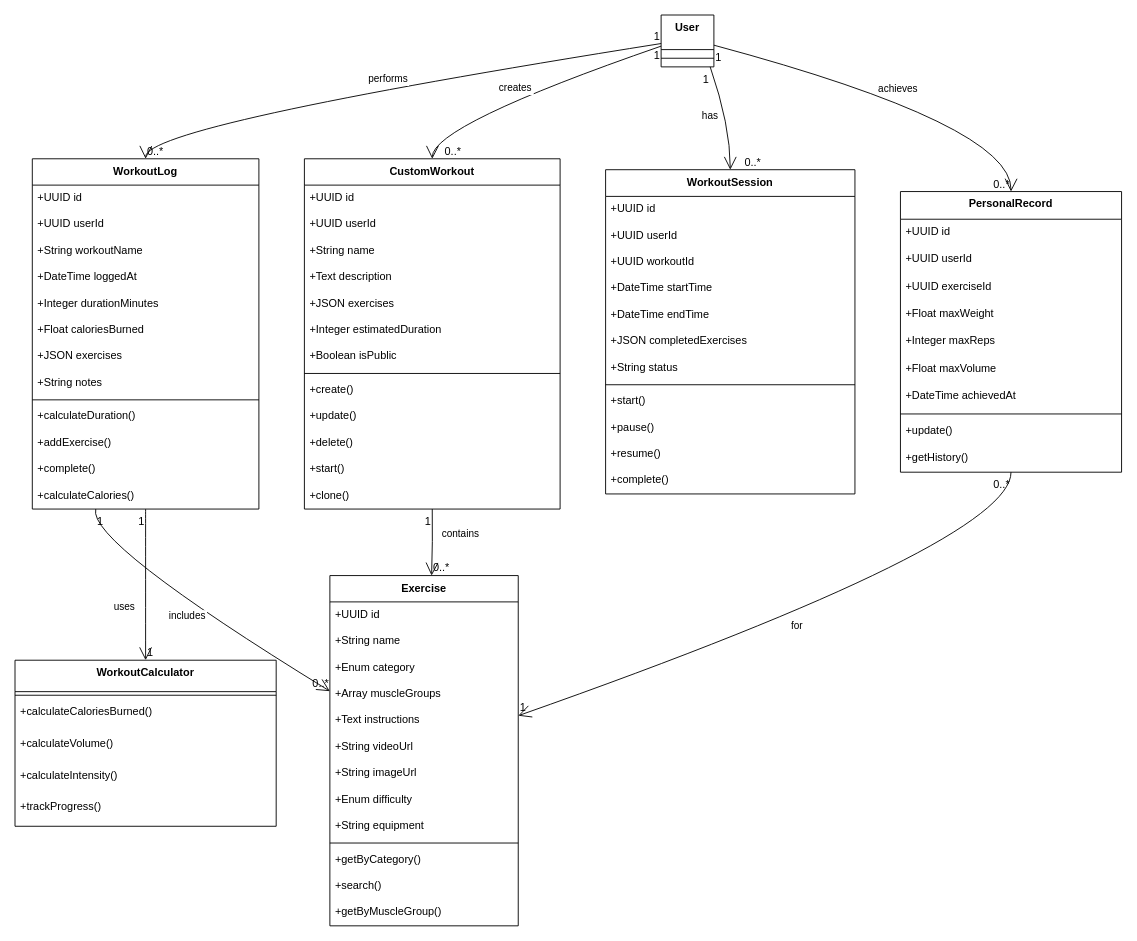
lujamanandhar/FYP keeps this draw.io diagram as documents/Artifact Diagrams/Workout Tracking/WorkoutTracking_ClassDiagram.drawio. Above is the earlier version. Source tidied: cells renumbered, new cells numbered last; positions are measured from the earlier drawing's top-left corner, leaving out a move shared by most shapes. Both pictures are drawn from the tidied source at 91%, with x=0, y=0 at pixel (15, 15).
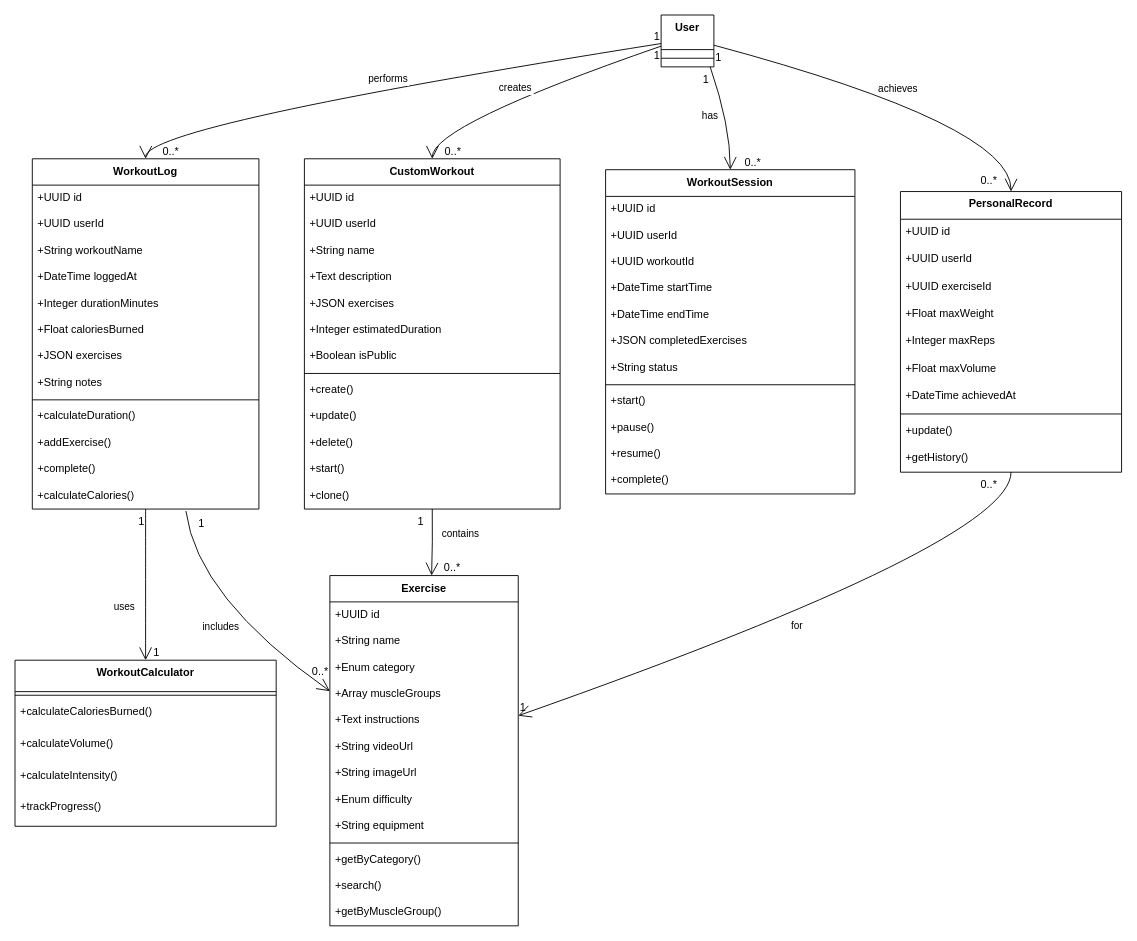
The same page after the edit.

The change refers to these unchanged cells:
```xml
<mxCell id="2" value="WorkoutLog" style="swimlane;fontStyle=1;align=center;verticalAlign=top;horizontal=1;startSize=28.923076923076923;" parent="1" vertex="1">
  <mxGeometry x="19" y="158" width="249" height="384.9" as="geometry" />
</mxCell>
<mxCell id="15" value="+calculateCalories()" style="text;strokeColor=none;fillColor=none;align=left;verticalAlign=top;spacingLeft=4;spacingRight=4;overflow=hidden;points=[[0,0.5],[1,0.5]];portConstraint=eastwest;" parent="2" vertex="1">
  <mxGeometry y="355.9" width="249" height="29" as="geometry" />
</mxCell>
<mxCell id="16" value="Exercise" style="swimlane;fontStyle=1;align=center;verticalAlign=top;horizontal=1;startSize=28.923076923076923;" parent="1" vertex="1">
  <mxGeometry x="346" y="616" width="207" height="384.9" as="geometry" />
</mxCell>
<mxCell id="76" value="performs" style="curved=1;startArrow=none;endArrow=open;endSize=12;exitX=0;exitY=0.55;entryX=0.5;entryY=0;rounded=0;" parent="1" edge="1" source="74" target="2">
  <mxGeometry x="-0.01" y="-9" relative="1" as="geometry">
    <Array as="points">
      <mxPoint x="144" y="121" />
    </Array>
  </mxGeometry>
</mxCell>
<mxCell id="85" value="achieves" style="curved=1;startArrow=none;endArrow=open;endSize=12;exitX=0.99;exitY=0.58;entryX=0.5;entryY=0;rounded=0;" parent="1" edge="1" source="74" target="57">
  <mxGeometry x="0.01" y="7" relative="1" as="geometry">
    <Array as="points">
      <mxPoint x="1095" y="121" />
    </Array>
  </mxGeometry>
</mxCell>
<mxCell id="91" value="contains" style="curved=1;startArrow=none;endArrow=open;endSize=12;exitX=0.5;exitY=1;entryX=0.54;entryY=0;rounded=0;" parent="1" edge="1" source="30" target="16">
  <mxGeometry x="-0.25" y="31" relative="1" as="geometry">
    <Array as="points">
      <mxPoint x="459" y="579" />
    </Array>
  </mxGeometry>
</mxCell>
<mxCell id="94" value="for" style="curved=1;startArrow=none;endArrow=open;endSize=12;exitX=0.5;exitY=1;entryX=1;entryY=0.4;rounded=0;" parent="1" edge="1" source="57" target="16">
  <mxGeometry x="0.01" y="8" relative="1" as="geometry">
    <Array as="points">
      <mxPoint x="1095" y="579" />
    </Array>
  </mxGeometry>
</mxCell>
<mxCell id="97" value="uses" style="curved=1;startArrow=none;endArrow=open;endSize=12;exitX=0.5;exitY=1;entryX=0.5;entryY=0;rounded=0;" parent="1" edge="1" source="2" target="68">
  <mxGeometry x="0.29" y="-23" relative="1" as="geometry" />
</mxCell>
```

Change to the diagram source:
```diff
@@
     <mxCell id="78" value="0..*" style="edgeLabel;labelBackgroundColor=none;fontSize=12;align=left;verticalAlign=bottom;" parent="76" vertex="1">
-      <mxGeometry x="1" relative="1" as="geometry" />
+      <mxGeometry x="1" relative="1" as="geometry">
+        <mxPoint x="17" as="offset" />
+      </mxGeometry>
     </mxCell>
@@
     <mxCell id="87" value="0..*" style="edgeLabel;labelBackgroundColor=none;fontSize=12;align=right;verticalAlign=bottom;" parent="85" vertex="1">
-      <mxGeometry x="1" relative="1" as="geometry" />
+      <mxGeometry x="1" relative="1" as="geometry">
+        <mxPoint x="-14" y="-4" as="offset" />
+      </mxGeometry>
     </mxCell>
-    <mxCell id="88" value="includes" style="curved=1;startArrow=none;endArrow=open;endSize=12;exitX=0.28;exitY=1;entryX=0;entryY=0.33;rounded=0;" parent="1" edge="1" source="2" target="16">
+    <mxCell id="88" value="includes" style="curved=1;startArrow=none;endArrow=open;endSize=12;exitX=0.678;exitY=1.075;entryX=0;entryY=0.33;rounded=0;exitDx=0;exitDy=0;exitPerimeter=0;" parent="1" edge="1" source="15" target="16">
       <mxGeometry x="-0.01" y="-11" relative="1" as="geometry">
         <Array as="points">
-          <mxPoint x="79" y="579" />
+          <mxPoint x="200" y="640" />
         </Array>
       </mxGeometry>
     </mxCell>
     <mxCell id="89" value="1" style="edgeLabel;labelBackgroundColor=none;fontSize=12;align=left;verticalAlign=top;" parent="88" vertex="1">
-      <mxGeometry x="-1" relative="1" as="geometry" />
+      <mxGeometry x="-1" relative="1" as="geometry">
+        <mxPoint x="12" as="offset" />
+      </mxGeometry>
     </mxCell>
     <mxCell id="90" value="0..*" style="edgeLabel;labelBackgroundColor=none;fontSize=12;align=right;verticalAlign=bottom;" parent="88" vertex="1">
-      <mxGeometry x="1" relative="1" as="geometry" />
+      <mxGeometry x="1" relative="1" as="geometry">
+        <mxPoint y="-13" as="offset" />
+      </mxGeometry>
     </mxCell>
@@
     <mxCell id="92" value="1" style="edgeLabel;labelBackgroundColor=none;fontSize=12;align=right;verticalAlign=top;" parent="91" vertex="1">
-      <mxGeometry x="-1" relative="1" as="geometry" />
+      <mxGeometry x="-1" relative="1" as="geometry">
+        <mxPoint x="-8" as="offset" />
+      </mxGeometry>
     </mxCell>
     <mxCell id="93" value="0..*" style="edgeLabel;labelBackgroundColor=none;fontSize=12;align=left;verticalAlign=bottom;" parent="91" vertex="1">
-      <mxGeometry x="1" relative="1" as="geometry" />
+      <mxGeometry x="1" relative="1" as="geometry">
+        <mxPoint x="12" as="offset" />
+      </mxGeometry>
     </mxCell>
@@
     <mxCell id="95" value="0..*" style="edgeLabel;labelBackgroundColor=none;fontSize=12;align=right;verticalAlign=top;" parent="94" vertex="1">
-      <mxGeometry x="-1" relative="1" as="geometry" />
+      <mxGeometry x="-1" relative="1" as="geometry">
+        <mxPoint x="-14" as="offset" />
+      </mxGeometry>
     </mxCell>
@@
     <mxCell id="99" value="1" style="edgeLabel;labelBackgroundColor=none;fontSize=12;align=left;verticalAlign=bottom;" parent="97" vertex="1">
-      <mxGeometry x="1" relative="1" as="geometry" />
+      <mxGeometry x="1" relative="1" as="geometry">
+        <mxPoint x="7" as="offset" />
+      </mxGeometry>
     </mxCell>
```
